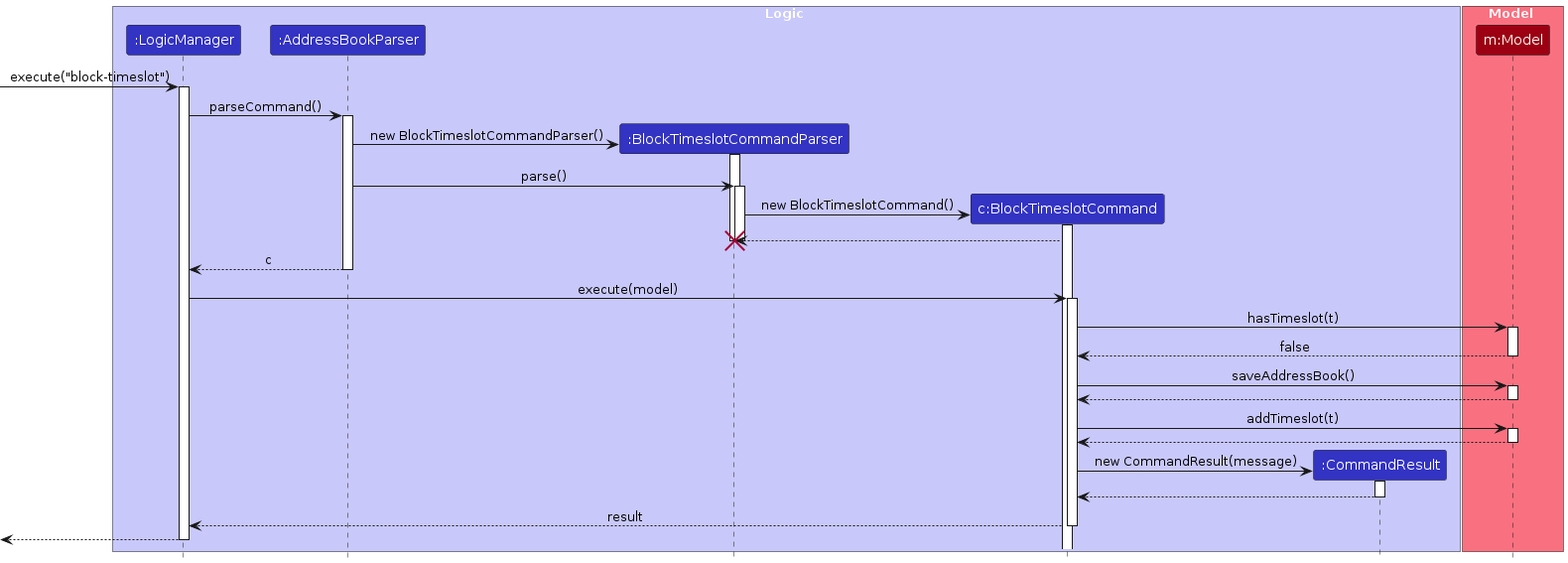
AY2526S1-CS2103T-T09-3/tp keeps this PlantUML diagram as diagrams/Timeslots/BlockTimeslotSequenceDiagram.png. Above is the earlier version. Its source is kept beside it as diagrams/Timeslots/BlockTimeslotSequenceDiagram.puml.
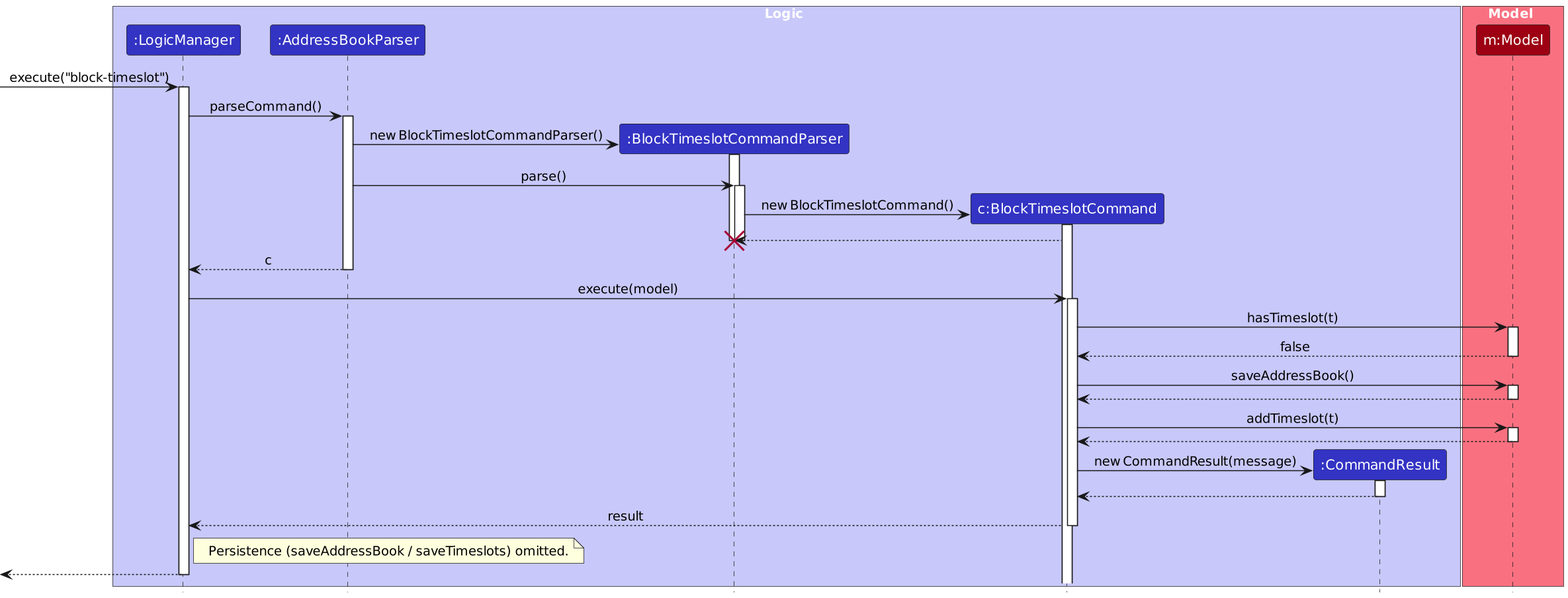
Above is the later version.

The edit, as a diff of the source:
```diff
@@ -65,8 +65,10 @@
 BlockTimeslotCommand --> LogicManager : result
 deactivate BlockTimeslotCommand
 
+note right of LogicManager : Persistence (saveAddressBook / saveTimeslots) omitted.
 
 [<-- LogicManager
 deactivate LogicManager
 
+scale 1.5
 @enduml
```
